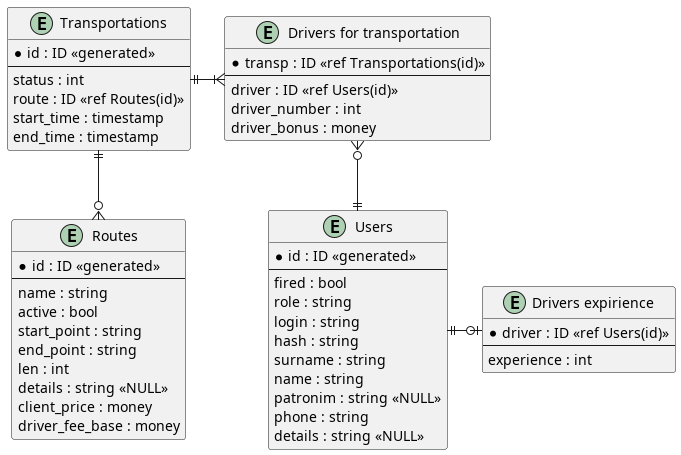
Earlier version of the PlantUML export er/db.png (gur7en/kp4).
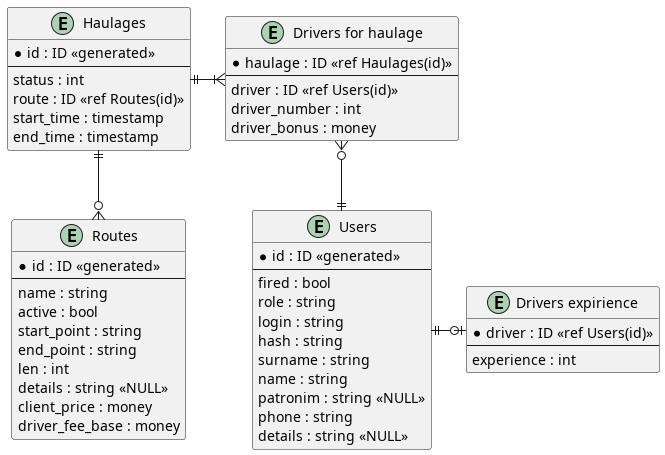
After the commit.

Commit message:
rename some tables, classes and methods Transportation -> Haulage

Diff of the diagram source:
```diff
@@ -35,7 +35,7 @@
     driver_fee_base : money
 }
 
-entity "Transportations" as transps {
+entity "Haulages" as haulages {
     *id : ID <<generated>>
     --
     status : int
@@ -44,8 +44,8 @@
     end_time : timestamp
 }
 
-entity "Drivers for transportation" as drv_transp {
-    *transp : ID <<ref Transportations(id)>>
+entity "Drivers for haulage" as drv_haul {
+    *haulage : ID <<ref Haulages(id)>>
     --
     driver : ID <<ref Users(id)>>
     driver_number : int
@@ -53,8 +53,8 @@
 }
 
 users ||-right-o| drv_exp
-transps ||-right-|{ drv_transp
-transps ||-down-o{ routes
-drv_transp }o-down-|| users
+haulages ||-right-|{ drv_haul
+haulages ||-down-o{ routes
+drv_haul }o-down-|| users
 
 @enduml
```
